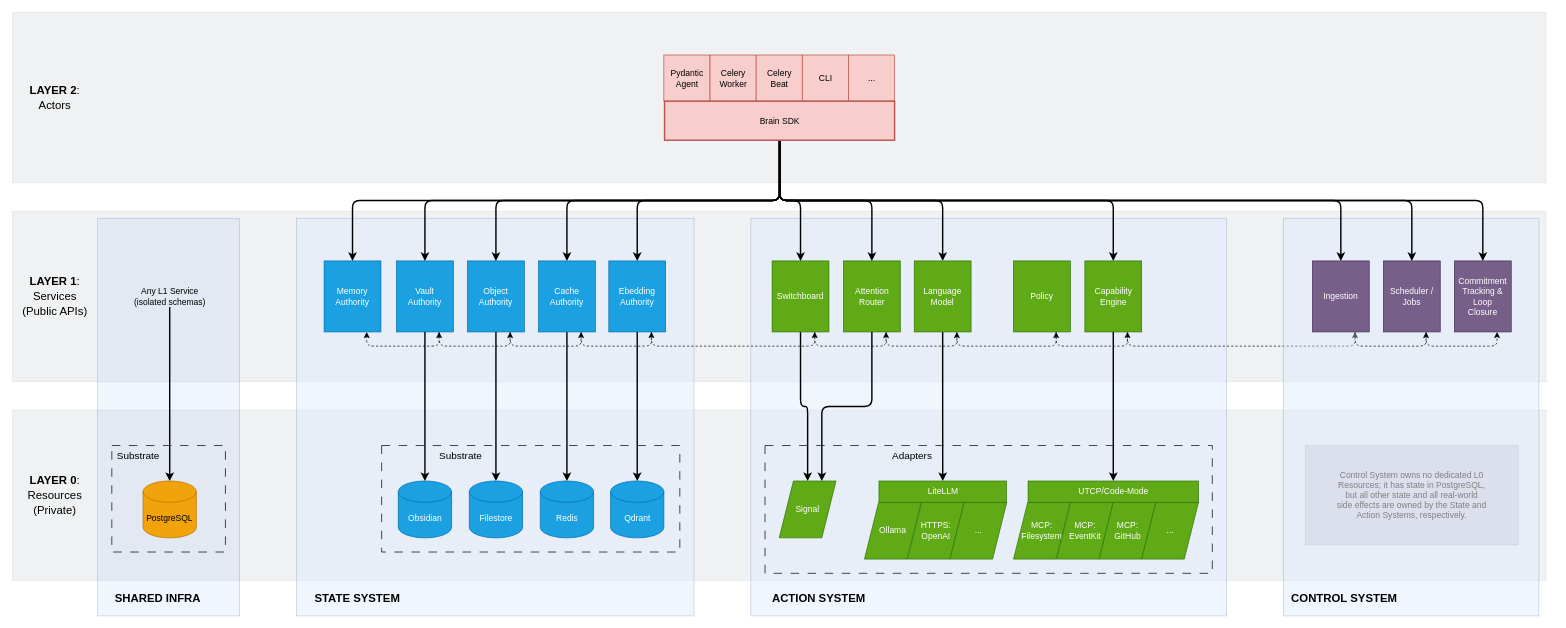
cmtonkinson/brain keeps this draw.io diagram as page "boundaries-and-responsibilities" (4 of 4) of img/diagrams.drawio. Above is the earlier version. Source tidied: cells renumbered, new cells numbered last; positions are measured from the earlier drawing's top-left corner, leaving out a move shared by most shapes. Both pictures are drawn from the tidied source at 71%, with x=0, y=0 at pixel (12, 12).
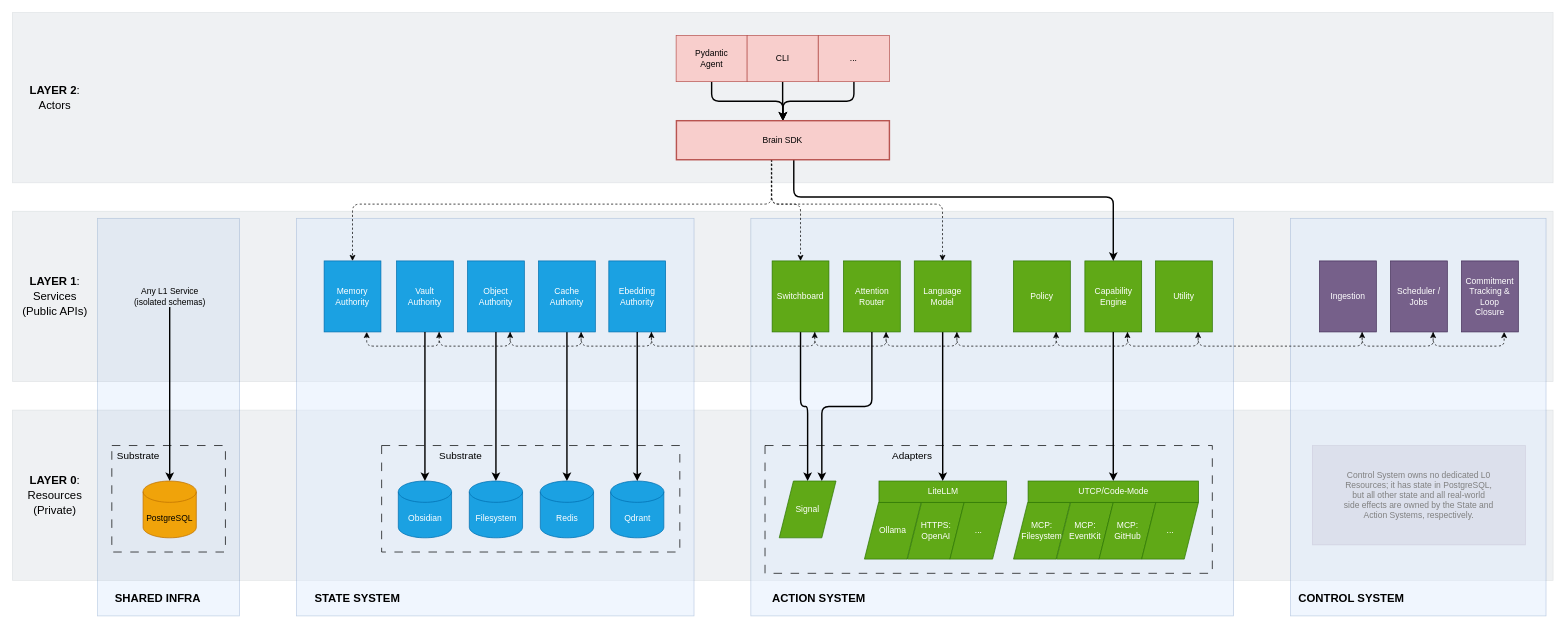
The same diagram, later.

The change refers to these unchanged cells:
```xml
<mxCell id="9" value="Vault&lt;div&gt;Authority&lt;/div&gt;" style="rounded=0;whiteSpace=wrap;html=1;fillColor=#1ba1e2;strokeColor=#006EAF;fontColor=#ffffff;" parent="1" vertex="1">
  <mxGeometry x="541" y="350" width="80" height="100" as="geometry" />
</mxCell>
<mxCell id="11" value="Object&lt;div&gt;Authority&lt;/div&gt;" style="rounded=0;whiteSpace=wrap;html=1;fillColor=#1ba1e2;strokeColor=#006EAF;fontColor=#ffffff;" parent="1" vertex="1">
  <mxGeometry x="641" y="350" width="80" height="100" as="geometry" />
</mxCell>
<mxCell id="14" value="Memory&lt;div&gt;Authority&lt;/div&gt;" style="rounded=0;whiteSpace=wrap;html=1;fillColor=#1ba1e2;strokeColor=#006EAF;fontColor=#ffffff;" parent="1" vertex="1">
  <mxGeometry x="439" y="350" width="80" height="100" as="geometry" />
</mxCell>
<mxCell id="20" value="Capability&lt;div&gt;Engine&lt;/div&gt;" style="rounded=0;whiteSpace=wrap;html=1;fillColor=#60a917;strokeColor=#2D7600;fontColor=#ffffff;" parent="1" vertex="1">
  <mxGeometry x="1510.5" y="350" width="80" height="100" as="geometry" />
</mxCell>
<mxCell id="22" value="Attention&lt;br&gt;Router" style="rounded=0;whiteSpace=wrap;html=1;fillColor=#60a917;strokeColor=#2D7600;fontColor=#ffffff;" parent="1" vertex="1">
  <mxGeometry x="1170.5" y="350" width="80" height="100" as="geometry" />
</mxCell>
<mxCell id="56" value="Switchboard" style="rounded=0;whiteSpace=wrap;html=1;fillColor=#60a917;strokeColor=#2D7600;fontColor=#ffffff;" parent="1" vertex="1">
  <mxGeometry x="1070" y="350" width="80" height="100" as="geometry" />
</mxCell>
<mxCell id="76" value="Cache&lt;div&gt;Authority&lt;/div&gt;" style="rounded=0;whiteSpace=wrap;html=1;fillColor=#1ba1e2;strokeColor=#006EAF;fontColor=#ffffff;" parent="1" vertex="1">
  <mxGeometry x="741" y="350" width="80" height="100" as="geometry" />
</mxCell>
<mxCell id="80" value="Ebedding&lt;div&gt;Authority&lt;/div&gt;" style="rounded=0;whiteSpace=wrap;html=1;fillColor=#1ba1e2;strokeColor=#006EAF;fontColor=#ffffff;" parent="1" vertex="1">
  <mxGeometry x="840" y="350" width="80" height="100" as="geometry" />
</mxCell>
<mxCell id="85" value="Language&lt;br&gt;Model" style="rounded=0;whiteSpace=wrap;html=1;fillColor=#60a917;strokeColor=#2D7600;fontColor=#ffffff;" parent="1" vertex="1">
  <mxGeometry x="1270.2" y="350" width="80" height="100" as="geometry" />
</mxCell>
```

What changed in the source:
```diff
@@
     <mxCell id="3" style="rounded=0;whiteSpace=wrap;html=1;fillColor=#647687;fontColor=#ffffff;strokeColor=#314354;opacity=10;" parent="1" vertex="1">
-      <mxGeometry width="2160" height="240" as="geometry" />
+      <mxGeometry width="2170" height="240" as="geometry" />
     </mxCell>
     <mxCell id="4" style="rounded=0;whiteSpace=wrap;html=1;fillColor=#647687;fontColor=#ffffff;strokeColor=#314354;opacity=10;" parent="1" vertex="1">
-      <mxGeometry y="280" width="2160" height="240" as="geometry" />
+      <mxGeometry y="280" width="2170" height="240" as="geometry" />
     </mxCell>
     <mxCell id="5" style="rounded=0;whiteSpace=wrap;html=1;fillColor=#647687;fontColor=#ffffff;strokeColor=#314354;opacity=10;" parent="1" vertex="1">
-      <mxGeometry y="560" width="2160" height="240" as="geometry" />
+      <mxGeometry y="560" width="2170" height="240" as="geometry" />
     </mxCell>
@@
     <mxCell id="7" style="rounded=0;whiteSpace=wrap;html=1;fillColor=#dae8fc;strokeColor=#6c8ebf;opacity=40;" parent="1" vertex="1">
-      <mxGeometry x="1040" y="290" width="670" height="560" as="geometry" />
+      <mxGeometry x="1040" y="290" width="680" height="560" as="geometry" />
     </mxCell>
@@
-    <mxCell id="17" style="edgeStyle=orthogonalEdgeStyle;rounded=1;jettySize=auto;html=1;entryX=0.75;entryY=1;entryDx=0;entryDy=0;exitX=0.75;exitY=1;exitDx=0;exitDy=0;dashed=1;curved=0;" parent="1" edge="1" source="20" target="31">
+    <mxCell id="17" style="edgeStyle=orthogonalEdgeStyle;rounded=1;jettySize=auto;html=1;entryX=0.75;entryY=1;entryDx=0;entryDy=0;exitX=0.75;exitY=1;exitDx=0;exitDy=0;dashed=1;curved=0;" parent="1" edge="1" source="20" target="99">
       <mxGeometry relative="1" as="geometry" />
     </mxCell>
@@
     <mxCell id="26" style="rounded=0;whiteSpace=wrap;html=1;fillColor=#dae8fc;strokeColor=#6c8ebf;opacity=40;" parent="1" vertex="1">
-      <mxGeometry x="1790" y="290" width="360" height="560" as="geometry" />
+      <mxGeometry x="1800" y="290" width="360" height="560" as="geometry" />
     </mxCell>
     <mxCell id="27" value="Commitment&lt;br&gt;Tracking &amp;amp;&lt;br&gt;Loop&lt;br&gt;Closure" style="rounded=0;whiteSpace=wrap;html=1;fillColor=#76608a;strokeColor=#432D57;fontColor=#ffffff;" parent="1" vertex="1">
-      <mxGeometry x="2031" y="350" width="80" height="100" as="geometry" />
+      <mxGeometry x="2041" y="350" width="80" height="100" as="geometry" />
     </mxCell>
@@
     <mxCell id="29" value="Scheduler /&lt;br&gt;Jobs" style="rounded=0;whiteSpace=wrap;html=1;fillColor=#76608a;strokeColor=#432D57;fontColor=#ffffff;" parent="1" vertex="1">
-      <mxGeometry x="1931" y="350" width="80" height="100" as="geometry" />
+      <mxGeometry x="1941" y="350" width="80" height="100" as="geometry" />
     </mxCell>
@@
     <mxCell id="31" value="Ingestion" style="rounded=0;whiteSpace=wrap;html=1;fillColor=#76608a;strokeColor=#432D57;fontColor=#ffffff;" parent="1" vertex="1">
-      <mxGeometry x="1831" y="350" width="80" height="100" as="geometry" />
+      <mxGeometry x="1841" y="350" width="80" height="100" as="geometry" />
     </mxCell>
     <mxCell id="32" value="&lt;font style=&quot;color: rgb(128, 128, 128);&quot;&gt;Control System owns no dedicated&amp;nbsp;&lt;/font&gt;&lt;span style=&quot;color: rgb(128, 128, 128); background-color: transparent;&quot;&gt;L0&lt;/span&gt;&lt;div&gt;&lt;span style=&quot;background-color: transparent; color: rgb(128, 128, 128);&quot;&gt;Resources; it has state in PostgreSQL,&lt;/span&gt;&lt;/div&gt;&lt;div&gt;&lt;span style=&quot;background-color: transparent; color: rgb(128, 128, 128);&quot;&gt;but all other state and all&amp;nbsp;&lt;/span&gt;&lt;span style=&quot;background-color: transparent; color: rgb(128, 128, 128);&quot;&gt;real-world&lt;/span&gt;&lt;/div&gt;&lt;div&gt;&lt;span style=&quot;background-color: transparent; color: rgb(128, 128, 128);&quot;&gt;side effects are owned by the State and&lt;/span&gt;&lt;/div&gt;&lt;div&gt;&lt;span style=&quot;background-color: transparent; color: rgb(128, 128, 128);&quot;&gt;Action Systems, respectively.&lt;/span&gt;&lt;/div&gt;" style="rounded=0;whiteSpace=wrap;html=1;fillColor=#76608a;strokeColor=#432D57;opacity=10;fontColor=#ffffff;" parent="1" vertex="1">
-      <mxGeometry x="1821" y="610" width="300" height="140" as="geometry" />
+      <mxGeometry x="1831" y="610" width="300" height="140" as="geometry" />
     </mxCell>
@@
     <mxCell id="35" value="&lt;h2&gt;&lt;span style=&quot;&quot;&gt;&lt;font style=&quot;font-size: 16px;&quot;&gt;CONTROL&lt;/font&gt;&lt;font style=&quot;font-size: 16px;&quot;&gt; SYSTEM&lt;/font&gt;&lt;/span&gt;&lt;/h2&gt;" style="text;html=1;whiteSpace=wrap;strokeColor=none;fillColor=none;align=center;verticalAlign=middle;rounded=0;fontStyle=1;" parent="1" vertex="1">
-      <mxGeometry x="1791" y="810" width="170" height="30" as="geometry" />
+      <mxGeometry x="1801" y="810" width="170" height="30" as="geometry" />
     </mxCell>
-    <mxCell id="36" style="rounded=1;jettySize=auto;html=1;entryX=0.5;entryY=0;entryDx=0;entryDy=0;edgeStyle=orthogonalEdgeStyle;exitX=0.5;exitY=1;exitDx=0;exitDy=0;curved=0;strokeWidth=2;" parent="1" edge="1" source="73" target="9">
-      <mxGeometry relative="1" as="geometry" />
-    </mxCell>
-    <mxCell id="37" style="rounded=1;jettySize=auto;html=1;entryX=0.5;entryY=0;entryDx=0;entryDy=0;edgeStyle=orthogonalEdgeStyle;exitX=0.5;exitY=1;exitDx=0;exitDy=0;curved=0;strokeWidth=2;" parent="1" edge="1" source="73" target="14">
-      <mxGeometry relative="1" as="geometry" />
-    </mxCell>
-    <mxCell id="38" style="rounded=1;jettySize=auto;html=1;entryX=0.5;entryY=0;entryDx=0;entryDy=0;edgeStyle=orthogonalEdgeStyle;exitX=0.5;exitY=1;exitDx=0;exitDy=0;curved=0;strokeWidth=2;" parent="1" edge="1" source="73" target="11">
-      <mxGeometry relative="1" as="geometry" />
-    </mxCell>
-    <mxCell id="39" style="rounded=1;jettySize=auto;html=1;edgeStyle=orthogonalEdgeStyle;exitX=0.5;exitY=1;exitDx=0;exitDy=0;curved=0;entryX=0.5;entryY=0;entryDx=0;entryDy=0;strokeWidth=2;" parent="1" edge="1" source="73" target="22">
-      <mxGeometry relative="1" as="geometry" />
-    </mxCell>
-    <mxCell id="40" style="rounded=1;jettySize=auto;html=1;entryX=0.5;entryY=0;entryDx=0;entryDy=0;edgeStyle=orthogonalEdgeStyle;curved=0;strokeWidth=2;exitX=0.5;exitY=1;exitDx=0;exitDy=0;" parent="1" edge="1" source="73" target="20">
-      <mxGeometry relative="1" as="geometry" />
+    <mxCell id="40" style="rounded=1;jettySize=auto;html=1;entryX=0.5;entryY=0;entryDx=0;entryDy=0;edgeStyle=orthogonalEdgeStyle;curved=0;strokeWidth=2;exitX=0.551;exitY=0.985;exitDx=0;exitDy=0;exitPerimeter=0;" parent="1" edge="1" source="73" target="20">
+      <mxGeometry relative="1" as="geometry">
+        <Array as="points">
+          <mxPoint x="1101" y="260" />
+          <mxPoint x="1550" y="260" />
+        </Array>
+      </mxGeometry>
     </mxCell>
-    <mxCell id="41" style="rounded=1;jettySize=auto;html=1;entryX=0.5;entryY=0;entryDx=0;entryDy=0;edgeStyle=orthogonalEdgeStyle;exitX=0.5;exitY=1;exitDx=0;exitDy=0;curved=0;strokeWidth=2;" parent="1" edge="1" source="73" target="31">
-      <mxGeometry relative="1" as="geometry" />
-    </mxCell>
-    <mxCell id="42" style="rounded=1;jettySize=auto;html=1;entryX=0.5;entryY=0;entryDx=0;entryDy=0;edgeStyle=orthogonalEdgeStyle;exitX=0.5;exitY=1;exitDx=0;exitDy=0;curved=0;strokeWidth=2;" parent="1" edge="1" source="73" target="29">
-      <mxGeometry relative="1" as="geometry" />
-    </mxCell>
-    <mxCell id="43" style="rounded=1;jettySize=auto;html=1;edgeStyle=orthogonalEdgeStyle;exitX=0.5;exitY=1;exitDx=0;exitDy=0;curved=0;entryX=0.5;entryY=0;entryDx=0;entryDy=0;strokeWidth=2;" parent="1" edge="1" source="73" target="27">
-      <mxGeometry relative="1" as="geometry" />
-    </mxCell>
@@
-    <mxCell id="49" value="Filestore" style="shape=cylinder3;whiteSpace=wrap;html=1;boundedLbl=1;backgroundOutline=1;size=15;fillColor=#1ba1e2;strokeColor=#006EAF;fontColor=#ffffff;" parent="1" vertex="1">
+    <mxCell id="49" value="Filesystem" style="shape=cylinder3;whiteSpace=wrap;html=1;boundedLbl=1;backgroundOutline=1;size=15;fillColor=#1ba1e2;strokeColor=#006EAF;fontColor=#ffffff;" parent="1" vertex="1">
       <mxGeometry x="643.5" y="660" width="75" height="80" as="geometry" />
     </mxCell>
@@
-    <mxCell id="57" style="edgeStyle=orthogonalEdgeStyle;rounded=1;jettySize=auto;html=1;entryX=0.5;entryY=0;entryDx=0;entryDy=0;curved=0;exitX=0.5;exitY=1;exitDx=0;exitDy=0;strokeWidth=2;" parent="1" edge="1" source="73" target="56">
-      <mxGeometry relative="1" as="geometry" />
+    <mxCell id="57" style="edgeStyle=orthogonalEdgeStyle;rounded=1;jettySize=auto;html=1;entryX=0.5;entryY=0;entryDx=0;entryDy=0;curved=0;strokeWidth=1;dashed=1;exitX=0.448;exitY=0.997;exitDx=0;exitDy=0;exitPerimeter=0;" parent="1" edge="1" source="73" target="56">
+      <mxGeometry relative="1" as="geometry">
+        <Array as="points">
+          <mxPoint x="1070" y="270" />
+          <mxPoint x="1110" y="270" />
+        </Array>
+      </mxGeometry>
     </mxCell>
@@
-    <mxCell id="65" value="Pydantic&lt;br&gt;Agent" style="rounded=0;whiteSpace=wrap;html=1;fillColor=#f8cecc;strokeColor=#b85450;" parent="1" vertex="1">
-      <mxGeometry x="917.5" y="60" width="65" height="65" as="geometry" />
-    </mxCell>
-    <mxCell id="66" value="Celery&lt;div&gt;Worker&lt;/div&gt;" style="rounded=0;whiteSpace=wrap;html=1;fillColor=#f8cecc;strokeColor=#b85450;" parent="1" vertex="1">
-      <mxGeometry x="982.5" y="60" width="65" height="65" as="geometry" />
-    </mxCell>
-    <mxCell id="67" value="Celery&lt;br&gt;Beat" style="rounded=0;whiteSpace=wrap;html=1;fillColor=#f8cecc;strokeColor=#b85450;" parent="1" vertex="1">
-      <mxGeometry x="1047.5" y="60" width="65" height="65" as="geometry" />
-    </mxCell>
-    <mxCell id="68" value="&lt;div&gt;CLI&lt;/div&gt;" style="rounded=0;whiteSpace=wrap;html=1;fillColor=#f8cecc;strokeColor=#b85450;" parent="1" vertex="1">
-      <mxGeometry x="1112.5" y="60" width="65" height="65" as="geometry" />
-    </mxCell>
-    <mxCell id="69" value="..." style="rounded=0;whiteSpace=wrap;html=1;fillColor=#f8cecc;strokeColor=#b85450;" parent="1" vertex="1">
-      <mxGeometry x="1177.5" y="60" width="65" height="65" as="geometry" />
-    </mxCell>
-    <mxCell id="70" style="edgeStyle=orthogonalEdgeStyle;rounded=1;jettySize=auto;html=1;exitX=0.5;exitY=1;exitDx=0;exitDy=0;curved=0;strokeWidth=2;" parent="1" edge="1" source="73" target="76">
-      <mxGeometry relative="1" as="geometry" />
-    </mxCell>
-    <mxCell id="71" style="edgeStyle=orthogonalEdgeStyle;rounded=1;jettySize=auto;html=1;curved=0;strokeWidth=2;" parent="1" edge="1" source="73" target="80">
-      <mxGeometry relative="1" as="geometry" />
-    </mxCell>
-    <mxCell id="72" style="edgeStyle=orthogonalEdgeStyle;rounded=1;jettySize=auto;html=1;exitX=0.5;exitY=1;exitDx=0;exitDy=0;strokeWidth=2;curved=0;" parent="1" edge="1" source="73" target="85">
-      <mxGeometry relative="1" as="geometry" />
+    <mxCell id="72" style="edgeStyle=orthogonalEdgeStyle;rounded=1;jettySize=auto;html=1;strokeWidth=1;curved=0;dashed=1;exitX=0.446;exitY=0.997;exitDx=0;exitDy=0;exitPerimeter=0;" parent="1" edge="1" source="73" target="85">
+      <mxGeometry relative="1" as="geometry">
+        <Array as="points">
+          <mxPoint x="1069" y="270" />
+          <mxPoint x="1310" y="270" />
+        </Array>
+      </mxGeometry>
     </mxCell>
-    <mxCell id="73" value="Brain SDK" style="rounded=0;whiteSpace=wrap;html=1;fillStyle=solid;fillColor=#f8cecc;strokeColor=#b85450;gradientColor=none;gradientDirection=radial;strokeWidth=2;" parent="1" vertex="1">
-      <mxGeometry x="918.5" y="125" width="324" height="55" as="geometry" />
-    </mxCell>
@@
+    <mxCell id="95" style="edgeStyle=orthogonalEdgeStyle;rounded=1;jettySize=auto;html=1;curved=0;strokeWidth=2;" parent="1" edge="1" source="65" target="73">
+      <mxGeometry relative="1" as="geometry" />
+    </mxCell>
+    <mxCell id="37" style="edgeStyle=orthogonalEdgeStyle;rounded=1;jettySize=auto;html=1;exitX=0.446;exitY=0.985;exitDx=0;exitDy=0;exitPerimeter=0;dashed=1;curved=0;" parent="1" edge="1" source="73" target="14">
+      <mxGeometry relative="1" as="geometry">
+        <Array as="points">
+          <mxPoint x="1069" y="270" />
+          <mxPoint x="479" y="270" />
+        </Array>
+      </mxGeometry>
+    </mxCell>
+    <mxCell id="65" value="Pydantic&lt;br&gt;Agent" style="rounded=0;whiteSpace=wrap;html=1;fillColor=#f8cecc;strokeColor=#b85450;" parent="1" vertex="1">
+      <mxGeometry x="934.8" y="32.5" width="100" height="65" as="geometry" />
+    </mxCell>
+    <mxCell id="96" style="edgeStyle=orthogonalEdgeStyle;rounded=1;jettySize=auto;html=1;curved=0;strokeWidth=2;" parent="1" edge="1" source="68" target="73">
+      <mxGeometry relative="1" as="geometry" />
+    </mxCell>
+    <mxCell id="68" value="&lt;div&gt;CLI&lt;/div&gt;" style="rounded=0;whiteSpace=wrap;html=1;fillColor=#f8cecc;strokeColor=#b85450;" parent="1" vertex="1">
+      <mxGeometry x="1034.8" y="32.5" width="100" height="65" as="geometry" />
+    </mxCell>
+    <mxCell id="97" style="edgeStyle=orthogonalEdgeStyle;rounded=1;jettySize=auto;html=1;curved=0;strokeWidth=2;" parent="1" edge="1" source="69" target="73">
+      <mxGeometry relative="1" as="geometry" />
+    </mxCell>
+    <mxCell id="69" value="..." style="rounded=0;whiteSpace=wrap;html=1;fillColor=#f8cecc;strokeColor=#b85450;" parent="1" vertex="1">
+      <mxGeometry x="1135.2" y="32.5" width="100" height="65" as="geometry" />
+    </mxCell>
+    <mxCell id="73" value="Brain SDK" style="rounded=0;whiteSpace=wrap;html=1;fillStyle=solid;fillColor=#f8cecc;strokeColor=#b85450;gradientColor=none;gradientDirection=radial;strokeWidth=2;" parent="1" vertex="1">
+      <mxGeometry x="935.2" y="152.5" width="300" height="55" as="geometry" />
+    </mxCell>
+    <mxCell id="98" style="edgeStyle=orthogonalEdgeStyle;rounded=1;jettySize=auto;html=1;entryX=0.75;entryY=1;entryDx=0;entryDy=0;exitX=0.75;exitY=1;exitDx=0;exitDy=0;dashed=1;curved=0;" parent="1" edge="1" source="99" target="31">
+      <mxGeometry relative="1" as="geometry" />
+    </mxCell>
+    <mxCell id="99" value="Utility" style="rounded=0;whiteSpace=wrap;html=1;fillColor=#60a917;strokeColor=#2D7600;fontColor=#ffffff;" parent="1" vertex="1">
+      <mxGeometry x="1610" y="350" width="80" height="100" as="geometry" />
+    </mxCell>
```
